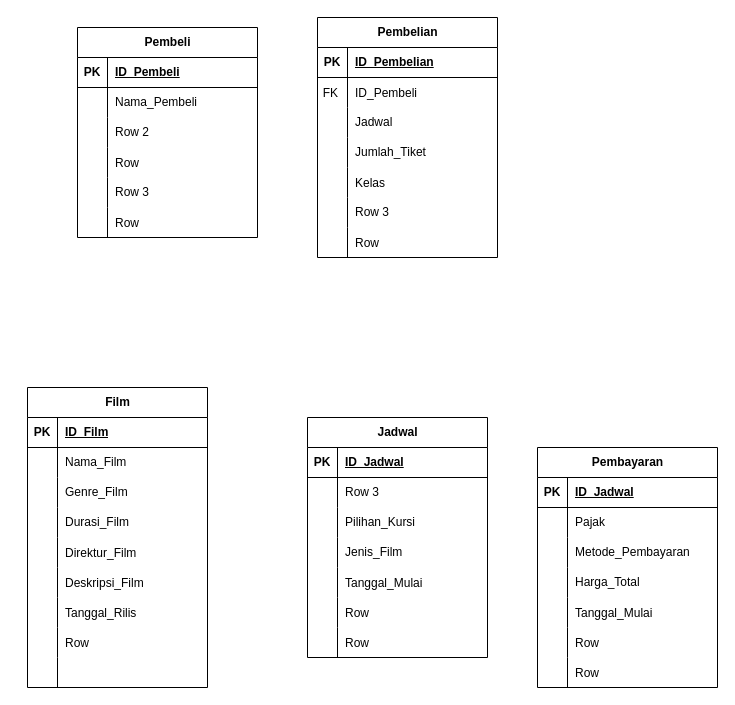
King-Ag-Jv/Project-Atrem keeps this draw.io diagram as page "Diagram-Utama" (1 of 2) of sistem-pembelian-tiket-retake.drawio. Above is the earlier version. Source tidied: cells renumbered, new cells numbered last; positions are measured from the earlier drawing's top-left corner, leaving out a move shared by most shapes. Both pictures are drawn from the tidied source at 100%, with x=0, y=0 at pixel (27, 17).
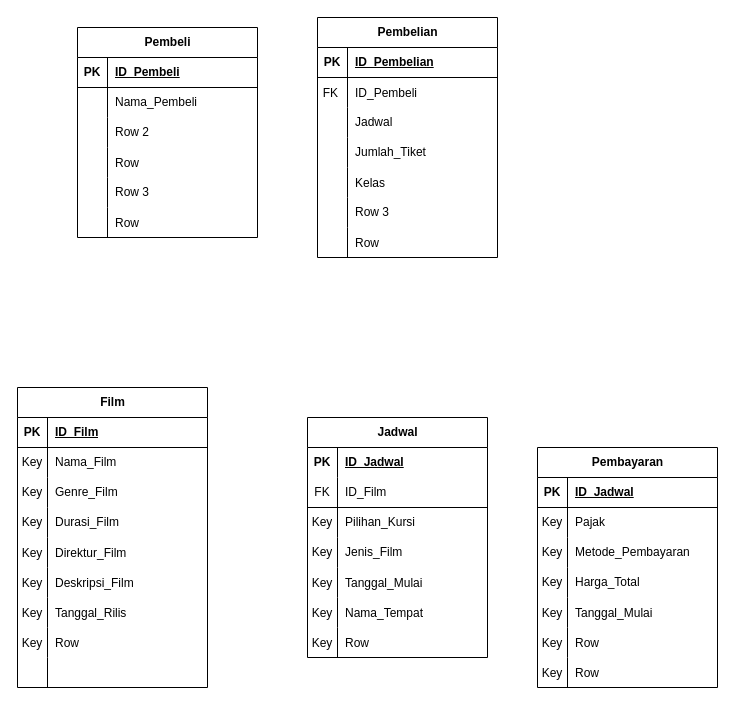
Above is the later version.

Unchanged cells that the change refers to:
```xml
<mxCell id="71" value="Jadwal" style="shape=table;startSize=30;childLayout=tableLayout;rowLines=0;fontStyle=1;align=center;html=1;" parent="1" vertex="1">
  <mxGeometry x="280" y="400" width="180" height="240" as="geometry" />
</mxCell>
<mxCell id="78" style="shape=tableRow;horizontal=0;startSize=0;swimlaneHead=0;swimlaneBody=0;fillColor=none;top=0;left=0;right=0;bottom=0;" parent="71" vertex="1">
  <mxGeometry y="90" width="180" height="30" as="geometry" />
</mxCell>
<mxCell id="81" style="shape=tableRow;horizontal=0;startSize=0;swimlaneHead=0;swimlaneBody=0;fillColor=none;top=0;left=0;right=0;bottom=0;" parent="71" vertex="1">
  <mxGeometry y="120" width="180" height="30" as="geometry" />
</mxCell>
<mxCell id="84" style="shape=tableRow;horizontal=0;startSize=0;swimlaneHead=0;swimlaneBody=0;fillColor=none;top=0;left=0;right=0;bottom=0;" parent="71" vertex="1">
  <mxGeometry y="150" width="180" height="30" as="geometry" />
</mxCell>
<mxCell id="87" style="shape=tableRow;horizontal=0;startSize=0;swimlaneHead=0;swimlaneBody=0;fillColor=none;top=0;left=0;right=0;bottom=0;" parent="71" vertex="1">
  <mxGeometry y="180" width="180" height="30" as="geometry" />
</mxCell>
<mxCell id="90" style="shape=tableRow;horizontal=0;startSize=0;swimlaneHead=0;swimlaneBody=0;fillColor=none;top=0;left=0;right=0;bottom=0;" parent="71" vertex="1">
  <mxGeometry y="210" width="180" height="30" as="geometry" />
</mxCell>
<mxCell id="97" style="shape=tableRow;horizontal=0;startSize=0;swimlaneHead=0;swimlaneBody=0;fillColor=none;top=0;left=0;right=0;bottom=0;" parent="93" vertex="1">
  <mxGeometry y="60" width="180" height="30" as="geometry" />
</mxCell>
<mxCell id="100" style="shape=tableRow;horizontal=0;startSize=0;swimlaneHead=0;swimlaneBody=0;fillColor=none;top=0;left=0;right=0;bottom=0;" parent="93" vertex="1">
  <mxGeometry y="90" width="180" height="30" as="geometry" />
</mxCell>
<mxCell id="103" style="shape=tableRow;horizontal=0;startSize=0;swimlaneHead=0;swimlaneBody=0;fillColor=none;top=0;left=0;right=0;bottom=0;" parent="93" vertex="1">
  <mxGeometry y="120" width="180" height="30" as="geometry" />
</mxCell>
<mxCell id="106" style="shape=tableRow;horizontal=0;startSize=0;swimlaneHead=0;swimlaneBody=0;fillColor=none;top=0;left=0;right=0;bottom=0;" parent="93" vertex="1">
  <mxGeometry y="150" width="180" height="30" as="geometry" />
</mxCell>
<mxCell id="109" style="shape=tableRow;horizontal=0;startSize=0;swimlaneHead=0;swimlaneBody=0;fillColor=none;top=0;left=0;right=0;bottom=0;" parent="93" vertex="1">
  <mxGeometry y="180" width="180" height="30" as="geometry" />
</mxCell>
<mxCell id="112" style="shape=tableRow;horizontal=0;startSize=0;swimlaneHead=0;swimlaneBody=0;fillColor=none;top=0;left=0;right=0;bottom=0;" parent="93" vertex="1">
  <mxGeometry y="210" width="180" height="30" as="geometry" />
</mxCell>
```

The edit, as a diff of the source:
```diff
@@
     <mxCell id="43" value="Film" style="shape=table;startSize=30;childLayout=tableLayout;rowLines=0;fontStyle=1;align=center;html=1;" parent="1" vertex="1">
-      <mxGeometry y="370" width="180" height="300" as="geometry" />
+      <mxGeometry x="-10" y="370" width="190" height="300" as="geometry" />
     </mxCell>
     <mxCell id="44" style="shape=tableRow;horizontal=0;startSize=0;swimlaneHead=0;swimlaneBody=0;fillColor=none;top=0;left=0;right=0;bottom=1;" parent="43" vertex="1">
-      <mxGeometry y="30" width="180" height="30" as="geometry" />
+      <mxGeometry y="30" width="190" height="30" as="geometry" />
     </mxCell>
@@
     <mxCell id="46" value="ID_Film" style="shape=partialRectangle;fillColor=none;top=0;left=0;bottom=0;right=0;align=left;spacingLeft=6;fontStyle=5;overflow=hidden;whiteSpace=wrap;html=1;" parent="44" vertex="1">
-      <mxGeometry x="30" width="150" height="30" as="geometry" />
+      <mxGeometry x="30" width="160" height="30" as="geometry" />
     </mxCell>
     <mxCell id="47" style="shape=tableRow;horizontal=0;startSize=0;swimlaneHead=0;swimlaneBody=0;fillColor=none;top=0;left=0;right=0;bottom=0;" parent="43" vertex="1">
-      <mxGeometry y="60" width="180" height="30" as="geometry" />
+      <mxGeometry y="60" width="190" height="30" as="geometry" />
     </mxCell>
-    <mxCell id="48" style="shape=partialRectangle;fillColor=none;top=0;left=0;bottom=0;right=0;overflow=hidden;whiteSpace=wrap;html=1;" parent="47" vertex="1">
+    <mxCell id="48" value="Key" style="shape=partialRectangle;fillColor=none;top=0;left=0;bottom=0;right=0;overflow=hidden;whiteSpace=wrap;html=1;" parent="47" vertex="1">
       <mxGeometry width="30" height="30" as="geometry" />
     </mxCell>
     <mxCell id="49" value="Nama_Film" style="shape=partialRectangle;fillColor=none;top=0;left=0;bottom=0;right=0;align=left;spacingLeft=6;overflow=hidden;whiteSpace=wrap;html=1;" parent="47" vertex="1">
-      <mxGeometry x="30" width="150" height="30" as="geometry" />
+      <mxGeometry x="30" width="160" height="30" as="geometry" />
     </mxCell>
     <mxCell id="50" style="shape=tableRow;horizontal=0;startSize=0;swimlaneHead=0;swimlaneBody=0;fillColor=none;top=0;left=0;right=0;bottom=0;" parent="43" vertex="1">
-      <mxGeometry y="90" width="180" height="30" as="geometry" />
+      <mxGeometry y="90" width="190" height="30" as="geometry" />
     </mxCell>
-    <mxCell id="51" style="shape=partialRectangle;fillColor=none;top=0;left=0;bottom=0;right=0;overflow=hidden;whiteSpace=wrap;html=1;" parent="50" vertex="1">
+    <mxCell id="51" value="Key" style="shape=partialRectangle;fillColor=none;top=0;left=0;bottom=0;right=0;overflow=hidden;whiteSpace=wrap;html=1;" parent="50" vertex="1">
       <mxGeometry width="30" height="30" as="geometry" />
     </mxCell>
     <mxCell id="52" value="Genre_Film" style="shape=partialRectangle;fillColor=none;top=0;left=0;bottom=0;right=0;align=left;spacingLeft=6;overflow=hidden;whiteSpace=wrap;html=1;" parent="50" vertex="1">
-      <mxGeometry x="30" width="150" height="30" as="geometry" />
+      <mxGeometry x="30" width="160" height="30" as="geometry" />
     </mxCell>
     <mxCell id="53" style="shape=tableRow;horizontal=0;startSize=0;swimlaneHead=0;swimlaneBody=0;fillColor=none;top=0;left=0;right=0;bottom=0;" parent="43" vertex="1">
-      <mxGeometry y="120" width="180" height="30" as="geometry" />
+      <mxGeometry y="120" width="190" height="30" as="geometry" />
     </mxCell>
-    <mxCell id="54" style="shape=partialRectangle;fillColor=none;top=0;left=0;bottom=0;right=0;overflow=hidden;whiteSpace=wrap;html=1;" parent="53" vertex="1">
+    <mxCell id="54" value="Key" style="shape=partialRectangle;fillColor=none;top=0;left=0;bottom=0;right=0;overflow=hidden;whiteSpace=wrap;html=1;" parent="53" vertex="1">
       <mxGeometry width="30" height="30" as="geometry" />
     </mxCell>
     <mxCell id="55" value="Durasi_Film" style="shape=partialRectangle;fillColor=none;top=0;left=0;bottom=0;right=0;align=left;spacingLeft=6;overflow=hidden;whiteSpace=wrap;html=1;" parent="53" vertex="1">
-      <mxGeometry x="30" width="150" height="30" as="geometry" />
+      <mxGeometry x="30" width="160" height="30" as="geometry" />
     </mxCell>
     <mxCell id="56" style="shape=tableRow;horizontal=0;startSize=0;swimlaneHead=0;swimlaneBody=0;fillColor=none;top=0;left=0;right=0;bottom=0;" parent="43" vertex="1">
-      <mxGeometry y="150" width="180" height="30" as="geometry" />
+      <mxGeometry y="150" width="190" height="30" as="geometry" />
     </mxCell>
-    <mxCell id="57" style="shape=partialRectangle;fillColor=none;top=0;left=0;bottom=0;right=0;overflow=hidden;" parent="56" vertex="1">
+    <mxCell id="57" value="Key" style="shape=partialRectangle;fillColor=none;top=0;left=0;bottom=0;right=0;overflow=hidden;" parent="56" vertex="1">
       <mxGeometry width="30" height="30" as="geometry" />
     </mxCell>
     <mxCell id="58" value="Direktur_Film" style="shape=partialRectangle;fillColor=none;top=0;left=0;bottom=0;right=0;align=left;spacingLeft=6;overflow=hidden;" parent="56" vertex="1">
-      <mxGeometry x="30" width="150" height="30" as="geometry" />
+      <mxGeometry x="30" width="160" height="30" as="geometry" />
     </mxCell>
     <mxCell id="59" style="shape=tableRow;horizontal=0;startSize=0;swimlaneHead=0;swimlaneBody=0;fillColor=none;top=0;left=0;right=0;bottom=0;" parent="43" vertex="1">
-      <mxGeometry y="180" width="180" height="30" as="geometry" />
+      <mxGeometry y="180" width="190" height="30" as="geometry" />
     </mxCell>
-    <mxCell id="60" style="shape=partialRectangle;fillColor=none;top=0;left=0;bottom=0;right=0;overflow=hidden;" parent="59" vertex="1">
+    <mxCell id="60" value="Key" style="shape=partialRectangle;fillColor=none;top=0;left=0;bottom=0;right=0;overflow=hidden;" parent="59" vertex="1">
       <mxGeometry width="30" height="30" as="geometry" />
     </mxCell>
     <mxCell id="61" value="Deskripsi_Film" style="shape=partialRectangle;fillColor=none;top=0;left=0;bottom=0;right=0;align=left;spacingLeft=6;overflow=hidden;" parent="59" vertex="1">
-      <mxGeometry x="30" width="150" height="30" as="geometry" />
+      <mxGeometry x="30" width="160" height="30" as="geometry" />
     </mxCell>
     <mxCell id="62" style="shape=tableRow;horizontal=0;startSize=0;swimlaneHead=0;swimlaneBody=0;fillColor=none;top=0;left=0;right=0;bottom=0;" parent="43" vertex="1">
-      <mxGeometry y="210" width="180" height="30" as="geometry" />
+      <mxGeometry y="210" width="190" height="30" as="geometry" />
     </mxCell>
-    <mxCell id="63" style="shape=partialRectangle;fillColor=none;top=0;left=0;bottom=0;right=0;overflow=hidden;" parent="62" vertex="1">
+    <mxCell id="63" value="Key" style="shape=partialRectangle;fillColor=none;top=0;left=0;bottom=0;right=0;overflow=hidden;" parent="62" vertex="1">
       <mxGeometry width="30" height="30" as="geometry" />
     </mxCell>
     <mxCell id="64" value="Tanggal_Rilis" style="shape=partialRectangle;fillColor=none;top=0;left=0;bottom=0;right=0;align=left;spacingLeft=6;overflow=hidden;" parent="62" vertex="1">
-      <mxGeometry x="30" width="150" height="30" as="geometry" />
+      <mxGeometry x="30" width="160" height="30" as="geometry" />
     </mxCell>
     <mxCell id="65" style="shape=tableRow;horizontal=0;startSize=0;swimlaneHead=0;swimlaneBody=0;fillColor=none;top=0;left=0;right=0;bottom=0;" parent="43" vertex="1">
-      <mxGeometry y="240" width="180" height="30" as="geometry" />
+      <mxGeometry y="240" width="190" height="30" as="geometry" />
     </mxCell>
-    <mxCell id="66" style="shape=partialRectangle;fillColor=none;top=0;left=0;bottom=0;right=0;overflow=hidden;" parent="65" vertex="1">
+    <mxCell id="66" value="Key" style="shape=partialRectangle;fillColor=none;top=0;left=0;bottom=0;right=0;overflow=hidden;" parent="65" vertex="1">
       <mxGeometry width="30" height="30" as="geometry" />
     </mxCell>
     <mxCell id="67" value="Row" style="shape=partialRectangle;fillColor=none;top=0;left=0;bottom=0;right=0;align=left;spacingLeft=6;overflow=hidden;" parent="65" vertex="1">
-      <mxGeometry x="30" width="150" height="30" as="geometry" />
+      <mxGeometry x="30" width="160" height="30" as="geometry" />
     </mxCell>
     <mxCell id="68" style="shape=tableRow;horizontal=0;startSize=0;swimlaneHead=0;swimlaneBody=0;fillColor=none;top=0;left=0;right=0;bottom=0;" parent="43" vertex="1">
-      <mxGeometry y="270" width="180" height="30" as="geometry" />
+      <mxGeometry y="270" width="190" height="30" as="geometry" />
     </mxCell>
@@
     <mxCell id="70" style="shape=partialRectangle;fillColor=none;top=0;left=0;bottom=0;right=0;align=left;spacingLeft=6;overflow=hidden;" parent="68" vertex="1">
-      <mxGeometry x="30" width="150" height="30" as="geometry" />
+      <mxGeometry x="30" width="160" height="30" as="geometry" />
     </mxCell>
@@
-    <mxCell id="72" style="shape=tableRow;horizontal=0;startSize=0;swimlaneHead=0;swimlaneBody=0;fillColor=none;top=0;left=0;right=0;bottom=1;" parent="71" vertex="1">
+    <mxCell id="72" style="shape=tableRow;horizontal=0;startSize=0;swimlaneHead=0;swimlaneBody=0;fillColor=none;top=0;left=0;right=0;bottom=0;strokeWidth=1;" parent="71" vertex="1">
       <mxGeometry y="30" width="180" height="30" as="geometry" />
     </mxCell>
@@
-    <mxCell id="75" style="shape=tableRow;horizontal=0;startSize=0;swimlaneHead=0;swimlaneBody=0;fillColor=none;top=0;left=0;right=0;bottom=0;" parent="71" vertex="1">
+    <mxCell id="75" style="shape=tableRow;horizontal=0;startSize=0;swimlaneHead=0;swimlaneBody=0;fillColor=none;top=0;left=0;right=0;bottom=1;strokeWidth=1;perimeterSpacing=0;" parent="71" vertex="1">
       <mxGeometry y="60" width="180" height="30" as="geometry" />
     </mxCell>
-    <mxCell id="76" style="shape=partialRectangle;fillColor=none;top=0;left=0;bottom=0;right=0;overflow=hidden;whiteSpace=wrap;html=1;" parent="75" vertex="1">
+    <mxCell id="76" value="FK" style="shape=partialRectangle;fillColor=none;top=0;left=0;bottom=0;right=0;overflow=hidden;whiteSpace=wrap;html=1;strokeWidth=1;perimeterSpacing=0;" parent="75" vertex="1">
       <mxGeometry width="30" height="30" as="geometry" />
     </mxCell>
-    <mxCell id="77" value="Row 3" style="shape=partialRectangle;fillColor=none;top=0;left=0;bottom=0;right=0;align=left;spacingLeft=6;overflow=hidden;whiteSpace=wrap;html=1;" parent="75" vertex="1">
+    <mxCell id="77" value="ID_Film" style="shape=partialRectangle;fillColor=none;top=0;left=0;bottom=0;right=0;align=left;spacingLeft=6;overflow=hidden;whiteSpace=wrap;html=1;" parent="75" vertex="1">
       <mxGeometry x="30" width="150" height="30" as="geometry" />
     </mxCell>
@@
-    <mxCell id="79" style="shape=partialRectangle;fillColor=none;top=0;left=0;bottom=0;right=0;overflow=hidden;whiteSpace=wrap;html=1;" parent="78" vertex="1">
+    <mxCell id="79" value="Key" style="shape=partialRectangle;fillColor=none;top=0;left=0;bottom=0;right=0;overflow=hidden;whiteSpace=wrap;html=1;" parent="78" vertex="1">
       <mxGeometry width="30" height="30" as="geometry" />
     </mxCell>
-    <mxCell id="80" value="Pilihan_Kursi" style="shape=partialRectangle;fillColor=none;top=0;left=0;bottom=0;right=0;align=left;spacingLeft=6;overflow=hidden;whiteSpace=wrap;html=1;" parent="78" vertex="1">
+    <mxCell id="80" value="Pilihan_Kursi" style="shape=partialRectangle;fillColor=none;top=0;left=0;bottom=0;right=0;align=left;spacingLeft=6;overflow=hidden;whiteSpace=wrap;html=1;strokeWidth=0;" parent="78" vertex="1">
       <mxGeometry x="30" width="150" height="30" as="geometry" />
     </mxCell>
@@
-    <mxCell id="82" style="shape=partialRectangle;fillColor=none;top=0;left=0;bottom=0;right=0;overflow=hidden;whiteSpace=wrap;html=1;" parent="81" vertex="1">
+    <mxCell id="82" value="Key" style="shape=partialRectangle;fillColor=none;top=0;left=0;bottom=0;right=0;overflow=hidden;whiteSpace=wrap;html=1;" parent="81" vertex="1">
       <mxGeometry width="30" height="30" as="geometry" />
     </mxCell>
@@
-    <mxCell id="85" style="shape=partialRectangle;fillColor=none;top=0;left=0;bottom=0;right=0;overflow=hidden;" parent="84" vertex="1">
+    <mxCell id="85" value="Key" style="shape=partialRectangle;fillColor=none;top=0;left=0;bottom=0;right=0;overflow=hidden;" parent="84" vertex="1">
       <mxGeometry width="30" height="30" as="geometry" />
     </mxCell>
@@
-    <mxCell id="88" style="shape=partialRectangle;fillColor=none;top=0;left=0;bottom=0;right=0;overflow=hidden;" parent="87" vertex="1">
+    <mxCell id="88" value="Key" style="shape=partialRectangle;fillColor=none;top=0;left=0;bottom=0;right=0;overflow=hidden;" parent="87" vertex="1">
       <mxGeometry width="30" height="30" as="geometry" />
     </mxCell>
-    <mxCell id="89" value="Row" style="shape=partialRectangle;fillColor=none;top=0;left=0;bottom=0;right=0;align=left;spacingLeft=6;overflow=hidden;" parent="87" vertex="1">
+    <mxCell id="89" value="Nama_Tempat" style="shape=partialRectangle;fillColor=none;top=0;left=0;bottom=0;right=0;align=left;spacingLeft=6;overflow=hidden;" parent="87" vertex="1">
       <mxGeometry x="30" width="150" height="30" as="geometry" />
     </mxCell>
@@
-    <mxCell id="91" style="shape=partialRectangle;fillColor=none;top=0;left=0;bottom=0;right=0;overflow=hidden;" parent="90" vertex="1">
+    <mxCell id="91" value="Key" style="shape=partialRectangle;fillColor=none;top=0;left=0;bottom=0;right=0;overflow=hidden;" parent="90" vertex="1">
       <mxGeometry width="30" height="30" as="geometry" />
     </mxCell>
@@
-    <mxCell id="98" style="shape=partialRectangle;fillColor=none;top=0;left=0;bottom=0;right=0;overflow=hidden;whiteSpace=wrap;html=1;" parent="97" vertex="1">
+    <mxCell id="98" value="Key" style="shape=partialRectangle;fillColor=none;top=0;left=0;bottom=0;right=0;overflow=hidden;whiteSpace=wrap;html=1;" parent="97" vertex="1">
       <mxGeometry width="30" height="30" as="geometry" />
     </mxCell>
@@
-    <mxCell id="101" style="shape=partialRectangle;fillColor=none;top=0;left=0;bottom=0;right=0;overflow=hidden;whiteSpace=wrap;html=1;" parent="100" vertex="1">
+    <mxCell id="101" value="Key" style="shape=partialRectangle;fillColor=none;top=0;left=0;bottom=0;right=0;overflow=hidden;whiteSpace=wrap;html=1;" parent="100" vertex="1">
       <mxGeometry width="30" height="30" as="geometry" />
     </mxCell>
@@
-    <mxCell id="104" style="shape=partialRectangle;fillColor=none;top=0;left=0;bottom=0;right=0;overflow=hidden;whiteSpace=wrap;html=1;" parent="103" vertex="1">
+    <mxCell id="104" value="Key" style="shape=partialRectangle;fillColor=none;top=0;left=0;bottom=0;right=0;overflow=hidden;whiteSpace=wrap;html=1;" parent="103" vertex="1">
       <mxGeometry width="30" height="30" as="geometry" />
     </mxCell>
@@
-    <mxCell id="107" style="shape=partialRectangle;fillColor=none;top=0;left=0;bottom=0;right=0;overflow=hidden;" parent="106" vertex="1">
+    <mxCell id="107" value="Key" style="shape=partialRectangle;fillColor=none;top=0;left=0;bottom=0;right=0;overflow=hidden;" parent="106" vertex="1">
       <mxGeometry width="30" height="30" as="geometry" />
     </mxCell>
@@
-    <mxCell id="110" style="shape=partialRectangle;fillColor=none;top=0;left=0;bottom=0;right=0;overflow=hidden;" parent="109" vertex="1">
+    <mxCell id="110" value="Key" style="shape=partialRectangle;fillColor=none;top=0;left=0;bottom=0;right=0;overflow=hidden;" parent="109" vertex="1">
       <mxGeometry width="30" height="30" as="geometry" />
     </mxCell>
@@
-    <mxCell id="113" style="shape=partialRectangle;fillColor=none;top=0;left=0;bottom=0;right=0;overflow=hidden;" parent="112" vertex="1">
+    <mxCell id="113" value="Key" style="shape=partialRectangle;fillColor=none;top=0;left=0;bottom=0;right=0;overflow=hidden;" parent="112" vertex="1">
       <mxGeometry width="30" height="30" as="geometry" />
     </mxCell>
```
